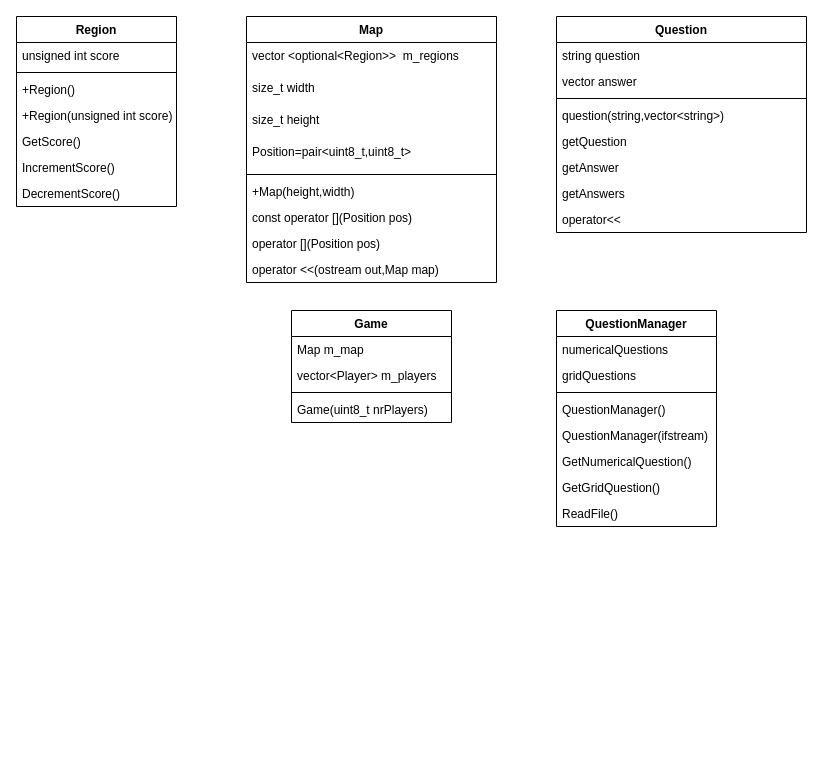
Earlier version of the draw.io diagram project/2_useful_informations/ProiectTriviador.drawio (NSS-14/ProjectModernCpp). Source tidied: cells renumbered, new cells numbered last; positions are measured from the earlier drawing's top-left corner, leaving out a move shared by most shapes. Both pictures are drawn from the tidied source at 100%, with x=0, y=0 at pixel (16, 16).
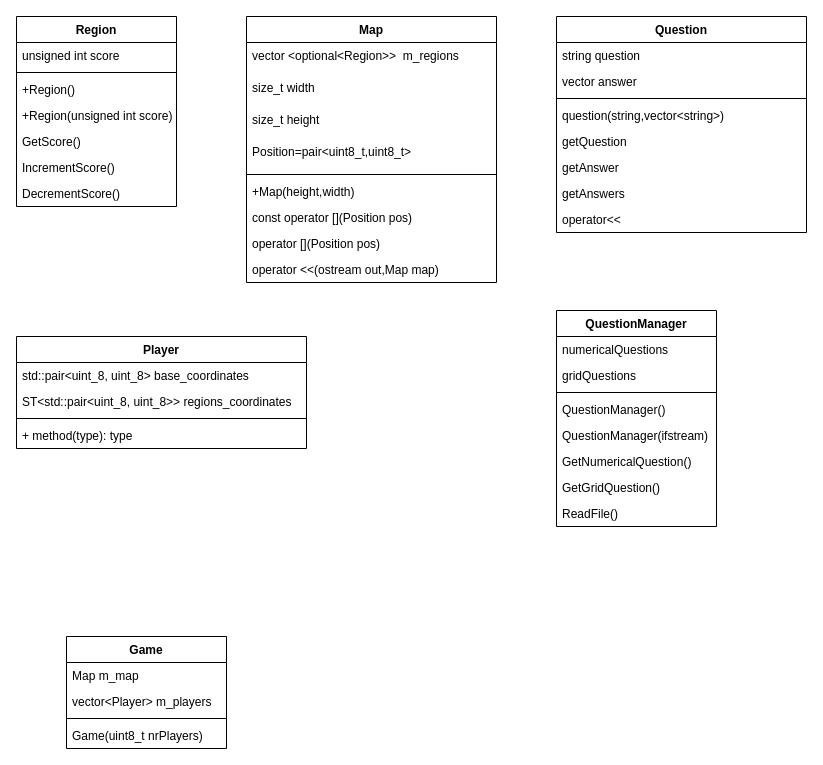
The same diagram, later.

Commit message:
Schita clasei Player

The edit, as a diff of the source:
```diff
@@
     <mxCell id="20" value="Game" style="swimlane;fontStyle=1;align=center;verticalAlign=top;horizontal=1;startSize=26;" parent="1" vertex="1">
-      <mxGeometry x="275" y="294" width="160" height="112" as="geometry" />
+      <mxGeometry x="50" y="620" width="160" height="112" as="geometry" />
     </mxCell>
@@
+    <mxCell id="43" value="Player" style="swimlane;fontStyle=1;align=center;verticalAlign=top;horizontal=1;startSize=26;" parent="1" vertex="1">
+      <mxGeometry y="320" width="290" height="112" as="geometry" />
+    </mxCell>
+    <mxCell id="44" value="std::pair&lt;uint_8, uint_8&gt; base_coordinates" style="text;strokeColor=none;fillColor=none;align=left;verticalAlign=top;spacingLeft=4;spacingRight=4;overflow=hidden;" parent="43" vertex="1">
+      <mxGeometry y="26" width="290" height="26" as="geometry" />
+    </mxCell>
+    <mxCell id="45" value="ST&lt;std::pair&lt;uint_8, uint_8&gt;&gt; regions_coordinates" style="text;strokeColor=none;fillColor=none;align=left;verticalAlign=top;spacingLeft=4;spacingRight=4;overflow=hidden;" parent="43" vertex="1">
+      <mxGeometry y="52" width="290" height="26" as="geometry" />
+    </mxCell>
+    <mxCell id="46" style="line;strokeWidth=1;fillColor=none;align=left;verticalAlign=middle;spacingTop=-1;spacingLeft=3;spacingRight=3;labelPosition=right;strokeColor=inherit;" parent="43" vertex="1">
+      <mxGeometry y="78" width="290" height="8" as="geometry" />
+    </mxCell>
+    <mxCell id="47" value="+ method(type): type" style="text;strokeColor=none;fillColor=none;align=left;verticalAlign=top;spacingLeft=4;spacingRight=4;overflow=hidden;" parent="43" vertex="1">
+      <mxGeometry y="86" width="290" height="26" as="geometry" />
+    </mxCell>
```
